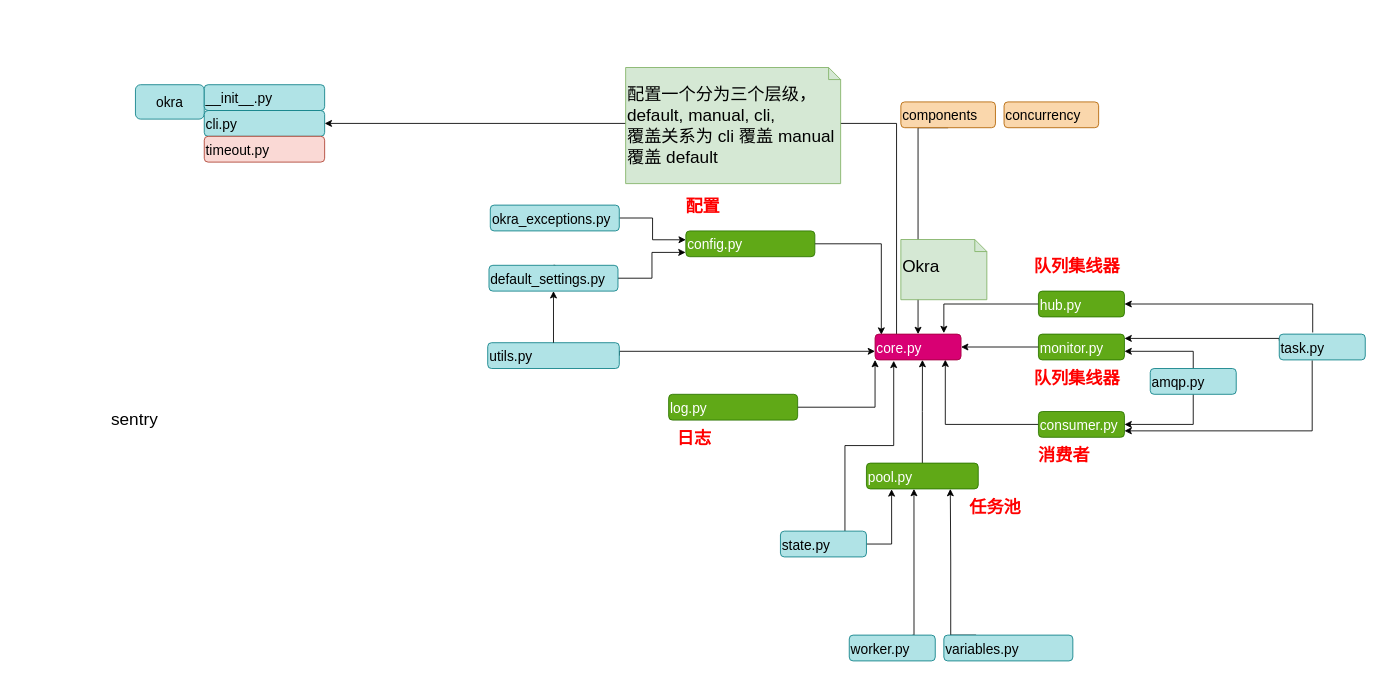
This is assets/drawio/okra.drawio from atanx/atanx.github.io, a draw.io file, before an edit. Source tidied: cells renumbered, new cells numbered last; positions are measured from the earlier drawing's top-left corner, leaving out a move shared by most shapes. Both pictures are drawn from the tidied source at 86%, with x=0, y=0 at pixel (109, 67).
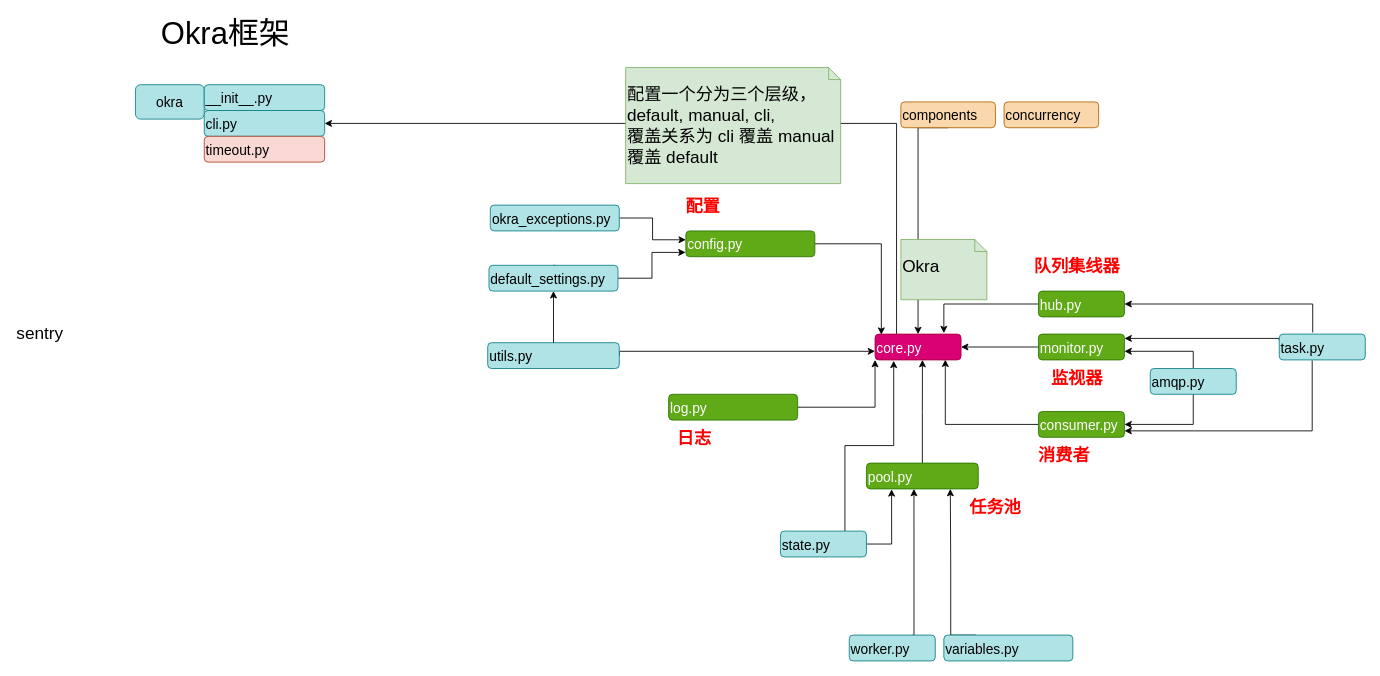
The same page after the edit.

Change to the diagram source:
```diff
@@
-    <mxCell id="50" value="队列集线器" style="text;html=1;strokeColor=none;fillColor=none;align=center;verticalAlign=middle;whiteSpace=wrap;rounded=0;fontSize=20;fontStyle=1;fontColor=#FF0000;" parent="1" vertex="1">
+    <mxCell id="50" value="监视器" style="text;html=1;strokeColor=none;fillColor=none;align=center;verticalAlign=middle;whiteSpace=wrap;rounded=0;fontSize=20;fontStyle=1;fontColor=#FF0000;" parent="1" vertex="1">
       <mxGeometry x="1070" y="350" width="110" height="20" as="geometry" />
     </mxCell>
     <mxCell id="51" value="sentry" style="text;html=1;fontSize=20;fontColor=#000000;" parent="1" vertex="1">
-      <mxGeometry y="390" width="80" height="40" as="geometry" />
+      <mxGeometry x="-110" y="290" width="80" height="40" as="geometry" />
     </mxCell>
+    <mxCell id="55" value="Okra框架" style="text;html=1;strokeColor=none;fillColor=none;align=center;verticalAlign=middle;whiteSpace=wrap;rounded=0;fontSize=36;" parent="1" vertex="1">
+      <mxGeometry x="30" y="-60" width="210" height="40" as="geometry" />
+    </mxCell>
```
